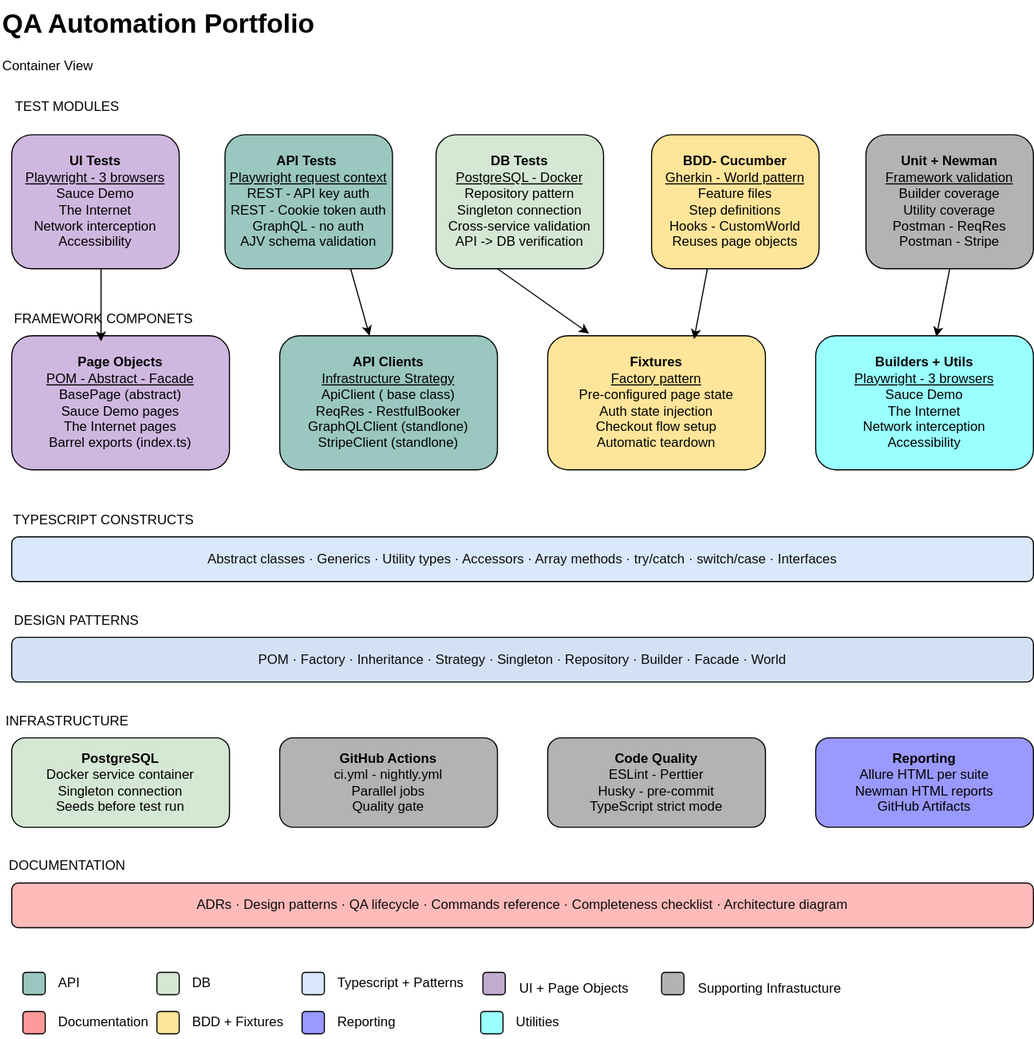
sashika-hsg/qa-automation-portfolio keeps this draw.io diagram as docs/design/diagrams/02-container-diagram.svg. Above is the earlier version. Source tidied: cells renumbered, new cells last; positions are measured from the earlier drawing's top-left corner, leaving out a move shared by most shapes.
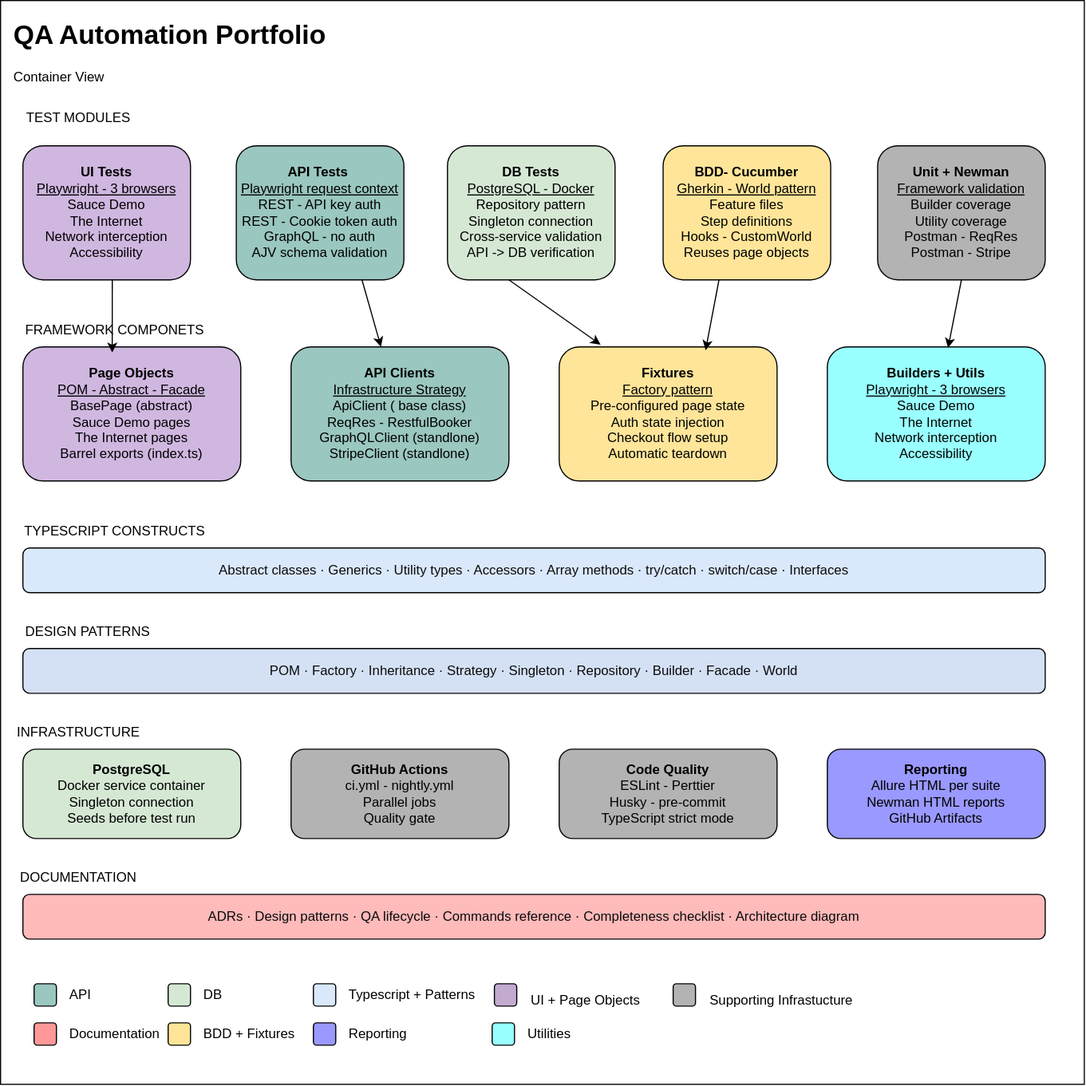
The same file after the commit.

The edit, as a diff of the source:
```diff
@@ -2,6 +2,9 @@
   <root>
     <mxCell id="0" />
     <mxCell id="1" parent="0" />
+    <mxCell id="63" style="rounded=0;whiteSpace=wrap;html=1;" parent="1" vertex="1">
+      <mxGeometry x="-10" y="-10" width="970" height="970" as="geometry" />
+    </mxCell>
     <mxCell id="2" value="&lt;h1 style=&quot;margin-top: 0px;&quot;&gt;QA Automation Portfolio&lt;/h1&gt;&lt;p&gt;Container View&lt;/p&gt;" style="text;html=1;whiteSpace=wrap;overflow=hidden;rounded=0;" parent="1" vertex="1">
       <mxGeometry width="350" height="120" as="geometry" />
     </mxCell>
```
